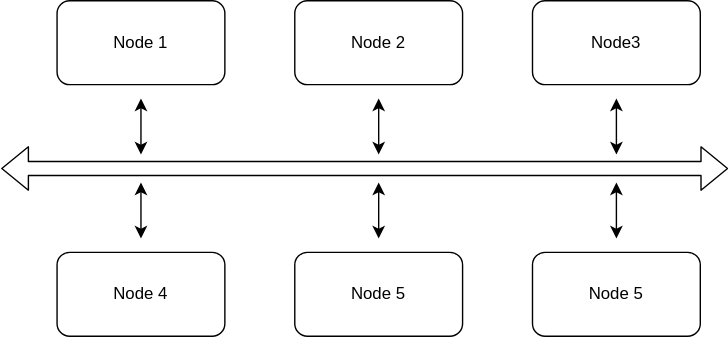
gem5bootcamp/lps2024 keeps this draw.io diagram as slides/05-Other-simulators/01-sst/dist-sst-system.svg. Above is the earlier version. Source tidied: cells renumbered, new cells last; positions are measured from the earlier drawing's top-left corner, leaving out a move shared by most shapes.
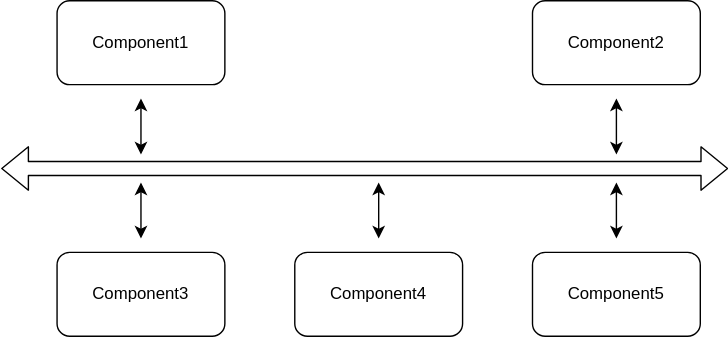
Above is the later version.

The edit, as a diff of the source:
```diff
@@ -11,16 +11,16 @@
         </Array>
       </mxGeometry>
     </mxCell>
-    <mxCell id="3" value="Node 1" style="rounded=1;whiteSpace=wrap;html=1;" parent="1" vertex="1">
+    <mxCell id="3" value="Component1" style="rounded=1;whiteSpace=wrap;html=1;" parent="1" vertex="1">
       <mxGeometry x="40" width="120" height="60" as="geometry" />
     </mxCell>
-    <mxCell id="4" value="Node 4" style="rounded=1;whiteSpace=wrap;html=1;" parent="1" vertex="1">
+    <mxCell id="4" value="Component3" style="rounded=1;whiteSpace=wrap;html=1;" parent="1" vertex="1">
       <mxGeometry x="40" y="180" width="120" height="60" as="geometry" />
     </mxCell>
-    <mxCell id="5" value="Node 5" style="rounded=1;whiteSpace=wrap;html=1;" parent="1" vertex="1">
+    <mxCell id="5" value="Component4" style="rounded=1;whiteSpace=wrap;html=1;" parent="1" vertex="1">
       <mxGeometry x="210" y="180" width="120" height="60" as="geometry" />
     </mxCell>
-    <mxCell id="6" value="Node 5" style="rounded=1;whiteSpace=wrap;html=1;" parent="1" vertex="1">
+    <mxCell id="6" value="Component5" style="rounded=1;whiteSpace=wrap;html=1;" parent="1" vertex="1">
       <mxGeometry x="380" y="180" width="120" height="60" as="geometry" />
     </mxCell>
     <mxCell id="7" style="shape=flexArrow;endArrow=classic;startArrow=classic;html=1;" parent="1" edge="1">
@@ -29,18 +29,6 @@
         <mxPoint x="520" y="120" as="targetPoint" />
       </mxGeometry>
     </mxCell>
-    <mxCell id="8" style="edgeStyle=none;html=1;startArrow=classic;startFill=1;" parent="1" edge="1">
-      <mxGeometry relative="1" as="geometry">
-        <mxPoint x="270" y="70" as="sourcePoint" />
-        <mxPoint x="270" y="110" as="targetPoint" />
-        <Array as="points">
-          <mxPoint x="270" y="90" />
-        </Array>
-      </mxGeometry>
-    </mxCell>
-    <mxCell id="9" value="Node 2" style="rounded=1;whiteSpace=wrap;html=1;" parent="1" vertex="1">
-      <mxGeometry x="210" width="120" height="60" as="geometry" />
-    </mxCell>
     <mxCell id="10" style="edgeStyle=none;html=1;startArrow=classic;startFill=1;" parent="1" edge="1">
       <mxGeometry relative="1" as="geometry">
         <mxPoint x="440" y="70" as="sourcePoint" />
@@ -50,7 +38,7 @@
         </Array>
       </mxGeometry>
     </mxCell>
-    <mxCell id="11" value="Node3" style="rounded=1;whiteSpace=wrap;html=1;" parent="1" vertex="1">
+    <mxCell id="11" value="Component2" style="rounded=1;whiteSpace=wrap;html=1;" parent="1" vertex="1">
       <mxGeometry x="380" width="120" height="60" as="geometry" />
     </mxCell>
     <mxCell id="12" style="edgeStyle=none;html=1;startArrow=classic;startFill=1;" parent="1" edge="1">
```
